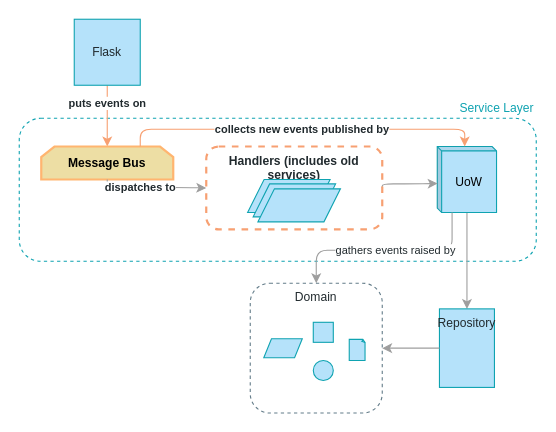
The draw.io diagram page "Chapter 9" (7 of 11) of maps.drawio in cosmicpython/book, before the edit. Source tidied: cells renumbered, new cells numbered last; positions are measured from the earlier drawing's top-left corner, leaving out a move shared by most shapes. Both pictures are drawn from the tidied source at 110%, with x=0, y=0 at pixel (19, 19).
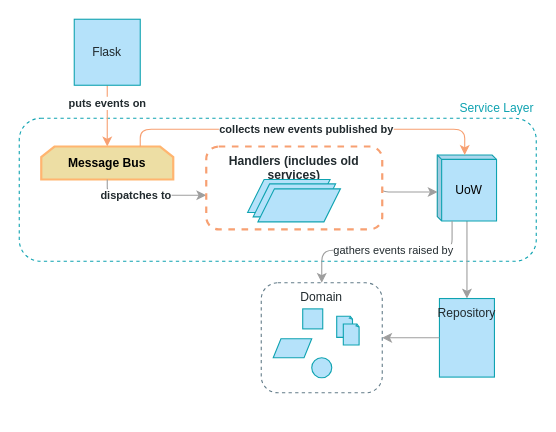
The same diagram, later.

Unchanged cells that the change refers to:
```xml
<mxCell id="7" value="Message Bus" style="shape=loopLimit;whiteSpace=wrap;html=1;fontFamily=Guardian Sans Cond Light;fontSize=11;fontColor=#000000;align=center;strokeColor=#FFB570;fillColor=#EDDEA4;size=12;fontStyle=1;strokeWidth=2;" parent="1" vertex="1">
  <mxGeometry x="20" y="115.7" width="120" height="30" as="geometry" />
</mxCell>
<mxCell id="21" value="&lt;b&gt;Handlers (includes old services)&lt;/b&gt;" style="rounded=1;whiteSpace=wrap;html=1;fontFamily=Guardian Sans Cond Light;verticalAlign=top;fontSize=11;fontColor=#212A2E;fillColor=none;strokeColor=#F7A072;fontStyle=0;dashed=1;strokeWidth=2;" parent="20" vertex="1">
  <mxGeometry width="160" height="75.3" as="geometry" />
</mxCell>
```

What changed in the source:
```diff
@@
     <mxCell id="6" value="UoW" style="shape=cube;whiteSpace=wrap;html=1;boundedLbl=1;backgroundOutline=1;darkOpacity=0.05;darkOpacity2=0.1;fontFamily=Guardian Sans Cond Light;fontSize=11;fontColor=#000000;align=center;strokeColor=#0FA3B1;fillColor=#B5E2FA;size=4;" parent="1" vertex="1">
-      <mxGeometry x="380" y="115.7" width="53.9" height="60" as="geometry" />
+      <mxGeometry x="380" y="123.4" width="53.9" height="60" as="geometry" />
     </mxCell>
@@
     <mxCell id="8" value="Repository" style="whiteSpace=wrap;html=1;strokeColor=#0FA3B1;fillColor=#B5E2FA;gradientColor=none;fontFamily=Guardian Sans Cond Light;fontSize=11;fontColor=#212A2E;verticalAlign=top;" parent="1" vertex="1">
-      <mxGeometry x="382" y="263.3" width="50" height="71.4" as="geometry" />
+      <mxGeometry x="382" y="253.9" width="50" height="71.4" as="geometry" />
     </mxCell>
     <mxCell id="9" value="gathers events raised by" style="edgeStyle=orthogonalEdgeStyle;jettySize=auto;html=1;strokeColor=#9E9E9E;fillColor=#B5E2FA;fontFamily=Guardian Sans Cond Light;fontSize=10;fontColor=#212A2E;exitX=0.25;exitY=1;exitDx=0;exitDy=0;entryX=0.5;entryY=0;entryDx=0;entryDy=0;" parent="1" edge="1" source="6" target="14">
       <mxGeometry x="-0.08" relative="1" as="geometry">
         <Array as="points">
           <mxPoint x="394" y="210" />
-          <mxPoint x="270" y="210" />
+          <mxPoint x="275" y="210" />
         </Array>
       </mxGeometry>
     </mxCell>
@@
-    <mxCell id="11" value="dispatches to" style="edgeStyle=orthogonalEdgeStyle;jettySize=auto;html=1;strokeColor=#9E9E9E;fillColor=#B5E2FA;fontFamily=Guardian Sans Cond Light;fontSize=10;fontColor=#212A2E;exitX=0.5;exitY=1;exitDx=0;exitDy=0;entryX=0;entryY=0.5;entryDx=0;entryDy=0;fontStyle=1;" parent="1" edge="1" source="7" target="21">
+    <mxCell id="11" value="dispatches to" style="edgeStyle=orthogonalEdgeStyle;jettySize=auto;html=1;strokeColor=#9E9E9E;fillColor=#B5E2FA;fontFamily=Guardian Sans Cond Light;fontSize=10;fontColor=#212A2E;exitX=0.5;exitY=1;exitDx=0;exitDy=0;fontStyle=1;" parent="1" edge="1" source="7">
       <mxGeometry x="-0.24" relative="1" as="geometry">
+        <mxPoint x="170" y="160" as="targetPoint" />
         <Array as="points">
-          <mxPoint x="80" y="153" />
-          <mxPoint x="150" y="153" />
+          <mxPoint x="80" y="160" />
+          <mxPoint x="170" y="160" />
         </Array>
       </mxGeometry>
     </mxCell>
@@
-    <mxCell id="13" style="group;fontSize=11;" parent="1" vertex="1">
-      <mxGeometry x="210" y="240" width="120" height="118" as="geometry" />
-    </mxCell>
-    <mxCell id="14" value="Domain" style="rounded=1;whiteSpace=wrap;html=1;fontFamily=Guardian Sans Cond Light;verticalAlign=top;fontSize=11;fontColor=#212A2E;fillColor=none;strokeColor=#637C89;dashed=1;" parent="13" vertex="1">
-      <mxGeometry width="120" height="118" as="geometry" />
-    </mxCell>
-    <mxCell id="15" style="whiteSpace=wrap;html=1;fontSize=11;strokeColor=#0FA3B1;fillColor=#B5E2FA;fontFamily=Guardian Sans Cond Light;" parent="13" vertex="1">
-      <mxGeometry x="57.3" y="35.5" width="18.2" height="18.2" as="geometry" />
-    </mxCell>
-    <mxCell id="16" style="ellipse;whiteSpace=wrap;html=1;fontSize=11;strokeColor=#0FA3B1;fillColor=#B5E2FA;fontFamily=Guardian Sans Cond Light;" parent="13" vertex="1">
-      <mxGeometry x="57.3" y="70.2" width="18.2" height="18.2" as="geometry" />
-    </mxCell>
-    <mxCell id="17" style="shape=parallelogram;perimeter=parallelogramPerimeter;whiteSpace=wrap;html=1;fontFamily=Guardian Sans Cond Light;fontSize=11;fontColor=#000000;align=center;strokeColor=#0FA3B1;fillColor=#B5E2FA;" parent="13" vertex="1">
-      <mxGeometry x="12.3" y="50.4" width="35" height="17.3" as="geometry" />
-    </mxCell>
-    <mxCell id="18" style="whiteSpace=wrap;html=1;shape=mxgraph.basic.document;rounded=1;strokeColor=#0FA3B1;fillColor=#B5E2FA;fontFamily=Guardian Sans Cond Light;fontSize=11;" parent="13" vertex="1">
-      <mxGeometry x="90" y="51" width="14.5" height="19.2" as="geometry" />
-    </mxCell>
     <mxCell id="19" style="edgeStyle=orthogonalEdgeStyle;jettySize=auto;html=1;strokeColor=#9E9E9E;fillColor=#B5E2FA;fontFamily=Guardian Sans Cond Light;fontSize=11;fontColor=#212A2E;exitX=1;exitY=0.5;exitDx=0;exitDy=0;entryX=0.006;entryY=0.561;entryDx=0;entryDy=0;entryPerimeter=0;" parent="1" edge="1" source="21" target="6">
       <mxGeometry relative="1" as="geometry">
         <Array as="points">
-          <mxPoint x="360" y="149.7" />
-          <mxPoint x="360" y="148.7" />
+          <mxPoint x="330" y="157" />
         </Array>
       </mxGeometry>
     </mxCell>
@@
+    <mxCell id="27" style="group;" parent="1" vertex="1">
+      <mxGeometry x="220" y="239.6" width="110" height="100" as="geometry" />
+    </mxCell>
+    <mxCell id="14" value="Domain" style="rounded=1;whiteSpace=wrap;html=1;fontFamily=Guardian Sans Cond Light;verticalAlign=top;fontSize=11;fontColor=#212A2E;fillColor=none;strokeColor=#637C89;dashed=1;" parent="27" vertex="1">
+      <mxGeometry width="110" height="100" as="geometry" />
+    </mxCell>
+    <mxCell id="15" style="whiteSpace=wrap;html=1;fontSize=11;strokeColor=#0FA3B1;fillColor=#B5E2FA;fontFamily=Guardian Sans Cond Light;" parent="27" vertex="1">
+      <mxGeometry x="37.7" y="23.7" width="18.2" height="18.2" as="geometry" />
+    </mxCell>
+    <mxCell id="16" style="ellipse;whiteSpace=wrap;html=1;fontSize=11;strokeColor=#0FA3B1;fillColor=#B5E2FA;fontFamily=Guardian Sans Cond Light;" parent="27" vertex="1">
+      <mxGeometry x="45.9" y="68.1" width="18.2" height="18.2" as="geometry" />
+    </mxCell>
+    <mxCell id="17" style="shape=parallelogram;perimeter=parallelogramPerimeter;whiteSpace=wrap;html=1;fontFamily=Guardian Sans Cond Light;fontSize=11;fontColor=#000000;align=center;strokeColor=#0FA3B1;fillColor=#B5E2FA;" parent="27" vertex="1">
+      <mxGeometry x="10.9" y="50.8" width="35" height="17.3" as="geometry" />
+    </mxCell>
+    <mxCell id="18" style="whiteSpace=wrap;html=1;shape=mxgraph.basic.document;rounded=1;strokeColor=#0FA3B1;fillColor=#B5E2FA;fontFamily=Guardian Sans Cond Light;fontSize=11;" parent="27" vertex="1">
+      <mxGeometry x="68.6" y="30.4" width="14.5" height="19.2" as="geometry" />
+    </mxCell>
+    <mxCell id="28" style="whiteSpace=wrap;html=1;shape=mxgraph.basic.document;rounded=1;strokeColor=#0FA3B1;fillColor=#B5E2FA;fontFamily=Guardian Sans Cond Light;fontSize=11;" parent="27" vertex="1">
+      <mxGeometry x="74.6" y="37.4" width="14.5" height="19.2" as="geometry" />
+    </mxCell>
```
